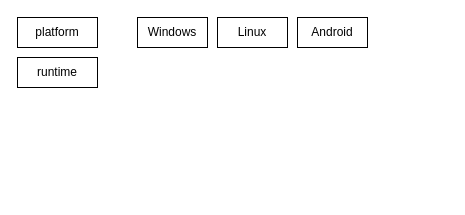
The draw.io diagram runtime.drawio in foreignbill/drawio, before the edit. Source tidied: cells renumbered, new cells numbered last; positions are measured from the earlier drawing's top-left corner, leaving out a move shared by most shapes. Both pictures are drawn from the tidied source at 100%, with x=0, y=0 at pixel (17, 17).
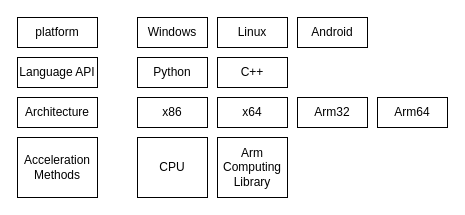
The same diagram, later.

Change to the diagram source:
```diff
@@
 <mxGraphModel>
   <root>
     <mxCell id="0" />
     <mxCell id="1" parent="0" />
     <mxCell id="2" value="platform" style="rounded=0;whiteSpace=wrap;html=1;" parent="1" vertex="1">
       <mxGeometry width="80" height="30" as="geometry" />
     </mxCell>
-    <mxCell id="3" value="runtime" style="rounded=0;whiteSpace=wrap;html=1;" parent="1" vertex="1">
+    <mxCell id="3" value="Language API" style="rounded=0;whiteSpace=wrap;html=1;" parent="1" vertex="1">
       <mxGeometry y="40" width="80" height="30" as="geometry" />
     </mxCell>
     <mxCell id="4" value="Windows" style="rounded=0;whiteSpace=wrap;html=1;" parent="1" vertex="1">
       <mxGeometry x="120" width="70" height="30" as="geometry" />
     </mxCell>
     <mxCell id="5" value="Linux" style="rounded=0;whiteSpace=wrap;html=1;" parent="1" vertex="1">
       <mxGeometry x="200" width="70" height="30" as="geometry" />
     </mxCell>
     <mxCell id="6" value="Android" style="rounded=0;whiteSpace=wrap;html=1;" parent="1" vertex="1">
       <mxGeometry x="280" width="70" height="30" as="geometry" />
     </mxCell>
+    <mxCell id="7" value="Python" style="rounded=0;whiteSpace=wrap;html=1;" parent="1" vertex="1">
+      <mxGeometry x="120" y="40" width="70" height="30" as="geometry" />
+    </mxCell>
+    <mxCell id="8" value="C++" style="rounded=0;whiteSpace=wrap;html=1;" parent="1" vertex="1">
+      <mxGeometry x="200" y="40" width="70" height="30" as="geometry" />
+    </mxCell>
+    <mxCell id="9" value="Architecture" style="rounded=0;whiteSpace=wrap;html=1;" parent="1" vertex="1">
+      <mxGeometry y="80" width="80" height="30" as="geometry" />
+    </mxCell>
+    <mxCell id="10" value="x86" style="rounded=0;whiteSpace=wrap;html=1;" parent="1" vertex="1">
+      <mxGeometry x="120" y="80" width="70" height="30" as="geometry" />
+    </mxCell>
+    <mxCell id="11" value="x64" style="rounded=0;whiteSpace=wrap;html=1;" parent="1" vertex="1">
+      <mxGeometry x="200" y="80" width="70" height="30" as="geometry" />
+    </mxCell>
+    <mxCell id="12" value="Arm32" style="rounded=0;whiteSpace=wrap;html=1;" parent="1" vertex="1">
+      <mxGeometry x="280" y="80" width="70" height="30" as="geometry" />
+    </mxCell>
+    <mxCell id="13" value="Arm64" style="rounded=0;whiteSpace=wrap;html=1;" parent="1" vertex="1">
+      <mxGeometry x="360" y="80" width="70" height="30" as="geometry" />
+    </mxCell>
+    <mxCell id="14" value="Acceleration Methods" style="rounded=0;whiteSpace=wrap;html=1;" parent="1" vertex="1">
+      <mxGeometry y="120" width="80" height="60" as="geometry" />
+    </mxCell>
+    <mxCell id="15" value="CPU" style="rounded=0;whiteSpace=wrap;html=1;" parent="1" vertex="1">
+      <mxGeometry x="120" y="120" width="70" height="60" as="geometry" />
+    </mxCell>
+    <mxCell id="16" value="Arm Computing Library" style="rounded=0;whiteSpace=wrap;html=1;" parent="1" vertex="1">
+      <mxGeometry x="200" y="120" width="70" height="60" as="geometry" />
+    </mxCell>
   </root>
 </mxGraphModel>
```
